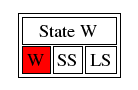
Before: msm/legend_w.png, a diagram exported from Graphviz (spurious/ThreadSanitizer-mirror). Its source is kept beside it as msm/legend_w.dot.
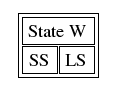
After the change.

Change to the diagram source:
```diff
@@ -1,8 +1,7 @@
 digraph msm1{
   zw [shape=plaintext label=<<TABLE BGCOLOR="white"> <tr>
-        <td colspan="3">State W</td>
+        <td colspan="2">State W</td>
       </tr> <tr>
-        <td bgcolor='red'>W</td>
         <td>SS</td>
         <td>LS</td>
       </tr> </TABLE>>
```
